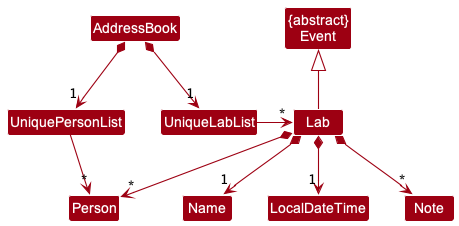
nus-cs2103-AY2223S2/tp keeps this PlantUML diagram as docs/images/BetterLabClassDiagram.png. Above is the earlier version.
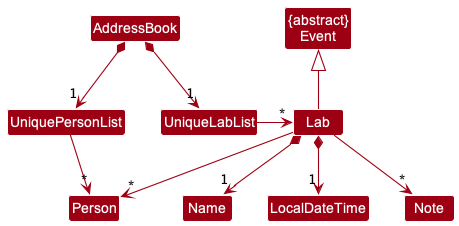
Later version of the same file.

The edit, as a diff of the source:
```diff
@@ -16,7 +16,7 @@
 
 Lab *--> "1" Name
 Lab *--> "1" LocalDateTime
-Lab *--> "*" Note
-Lab *--> "*" Person
+Lab --> "*" Note
+Lab --> "*" Person
 
 @enduml
```
